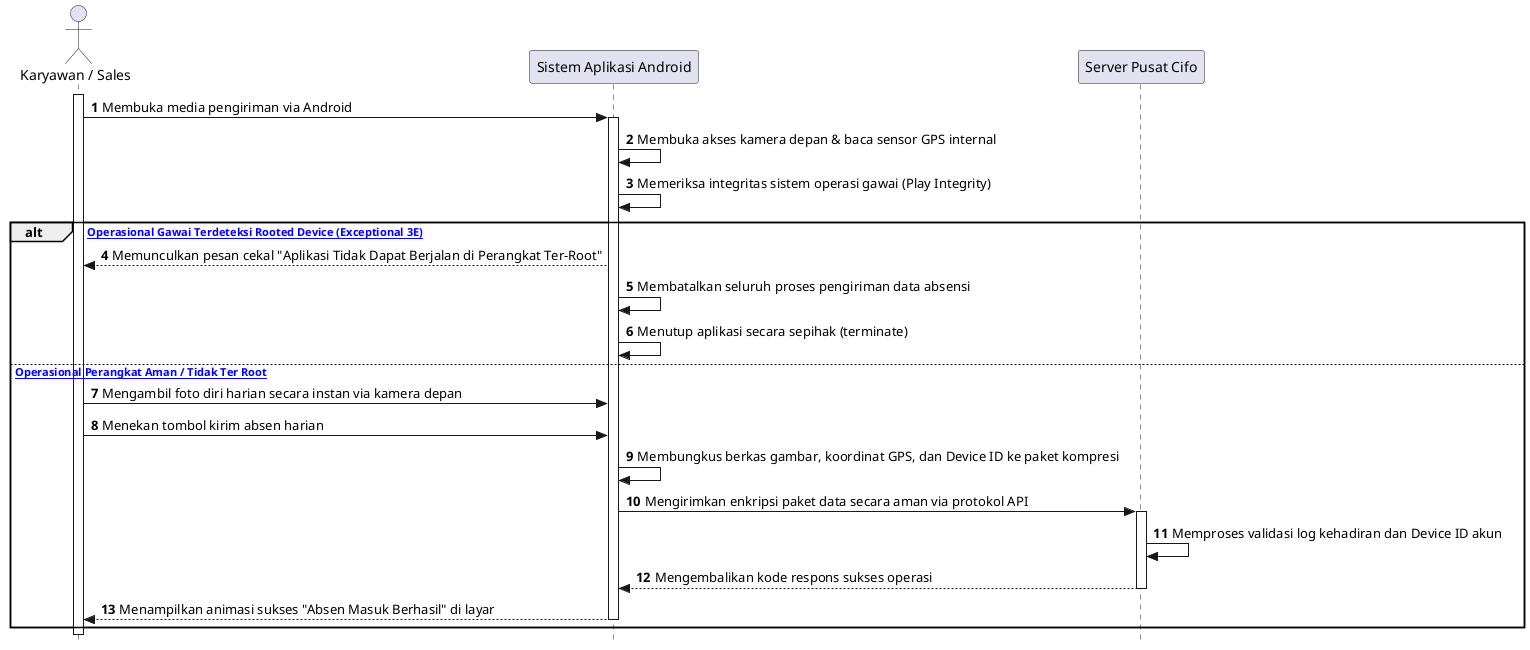
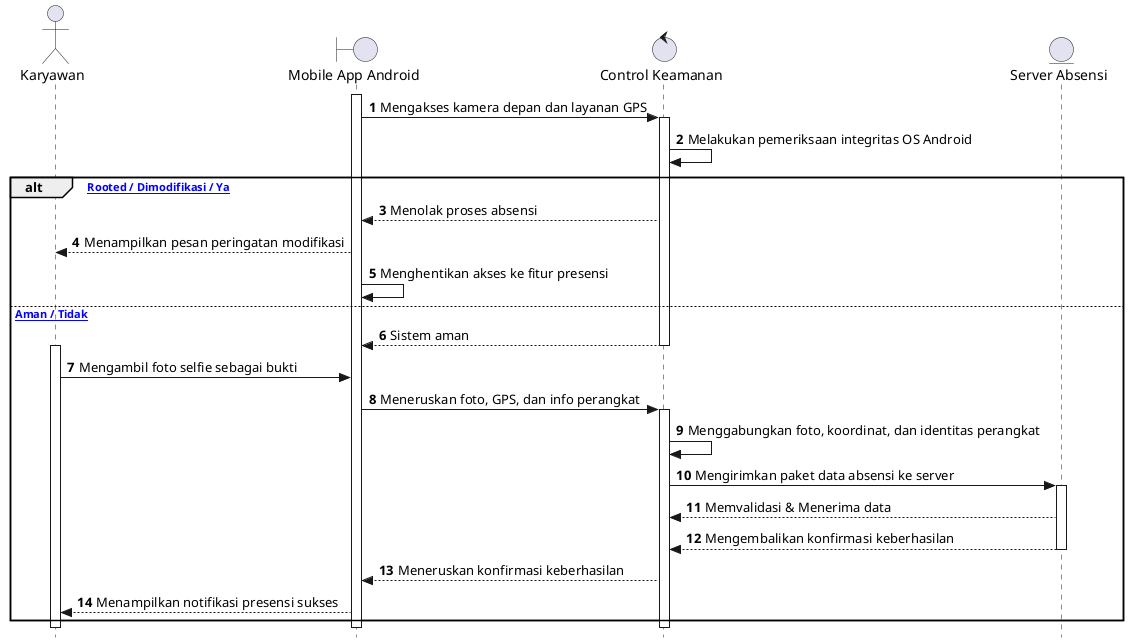
@startuml
autonumber
skinparam style strictuml

- actor "Karyawan / Sales" as User
- participant "Sistem Aplikasi Android" as App
- participant "Server Pusat Cifo" as Server
+ actor Karyawan
+ boundary "Mobile App Android" as Form
+ control "Control Keamanan" as Ctrl
+ entity "Server Absensi" as DB

- activate User
- User -> App: Membuka media pengiriman via Android
- activate App
- App -> App: Membuka akses kamera depan & baca sensor GPS internal
- App -> App: Memeriksa integritas sistem operasi gawai (Play Integrity)
+ activate Form
+ Form -> Ctrl: Mengakses kamera depan dan layanan GPS
+ activate Ctrl
+ Ctrl -> Ctrl: Melakukan pemeriksaan integritas OS Android

- alt [Sistem Operasional Gawai Terdeteksi Rooted Device (Exceptional 3E)]
-     App --> User: Memunculkan pesan cekal "Aplikasi Tidak Dapat Berjalan di Perangkat Ter-Root"
-     App -> App: Membatalkan seluruh proses pengiriman data absensi
-     App -> App: Menutup aplikasi secara sepihak (terminate)
- else [Sistem Operasional Perangkat Aman / Tidak Ter Root]
-     User -> App: Mengambil foto diri harian secara instan via kamera depan
-     User -> App: Menekan tombol kirim absen harian
-     App -> App: Membungkus berkas gambar, koordinat GPS, dan Device ID ke paket kompresi
-     App -> Server: Mengirimkan enkripsi paket data secara aman via protokol API
-     activate Server
-     Server -> Server: Memproses validasi log kehadiran dan Device ID akun
-     Server --> App: Mengembalikan kode respons sukses operasi
-     deactivate Server
-     App --> User: Menampilkan animasi sukses "Absen Masuk Berhasil" di layar
-     deactivate App
+ alt [Perangkat Rooted / Dimodifikasi / Ya]
+     Ctrl --> Form: Menolak proses absensi
+     Form --> Karyawan: Menampilkan pesan peringatan modifikasi
+     Form -> Form: Menghentikan akses ke fitur presensi
+ else [Perangkat Aman / Tidak]
+     Ctrl --> Form: Sistem aman
+     deactivate Ctrl
+ 
+     activate Karyawan
+     Karyawan -> Form: Mengambil foto selfie sebagai bukti
+     Form -> Ctrl: Meneruskan foto, GPS, dan info perangkat
+     activate Ctrl
+     Ctrl -> Ctrl: Menggabungkan foto, koordinat, dan identitas perangkat
+     Ctrl -> DB: Mengirimkan paket data absensi ke server
+     activate DB
+     DB --> Ctrl: Memvalidasi & Menerima data
+     DB --> Ctrl: Mengembalikan konfirmasi keberhasilan
+     deactivate DB
+     Ctrl --> Form: Meneruskan konfirmasi keberhasilan
+     Form --> Karyawan: Menampilkan notifikasi presensi sukses
end

- deactivate User
+ deactivate Ctrl
+ deactivate Form
+ deactivate Karyawan
@enduml